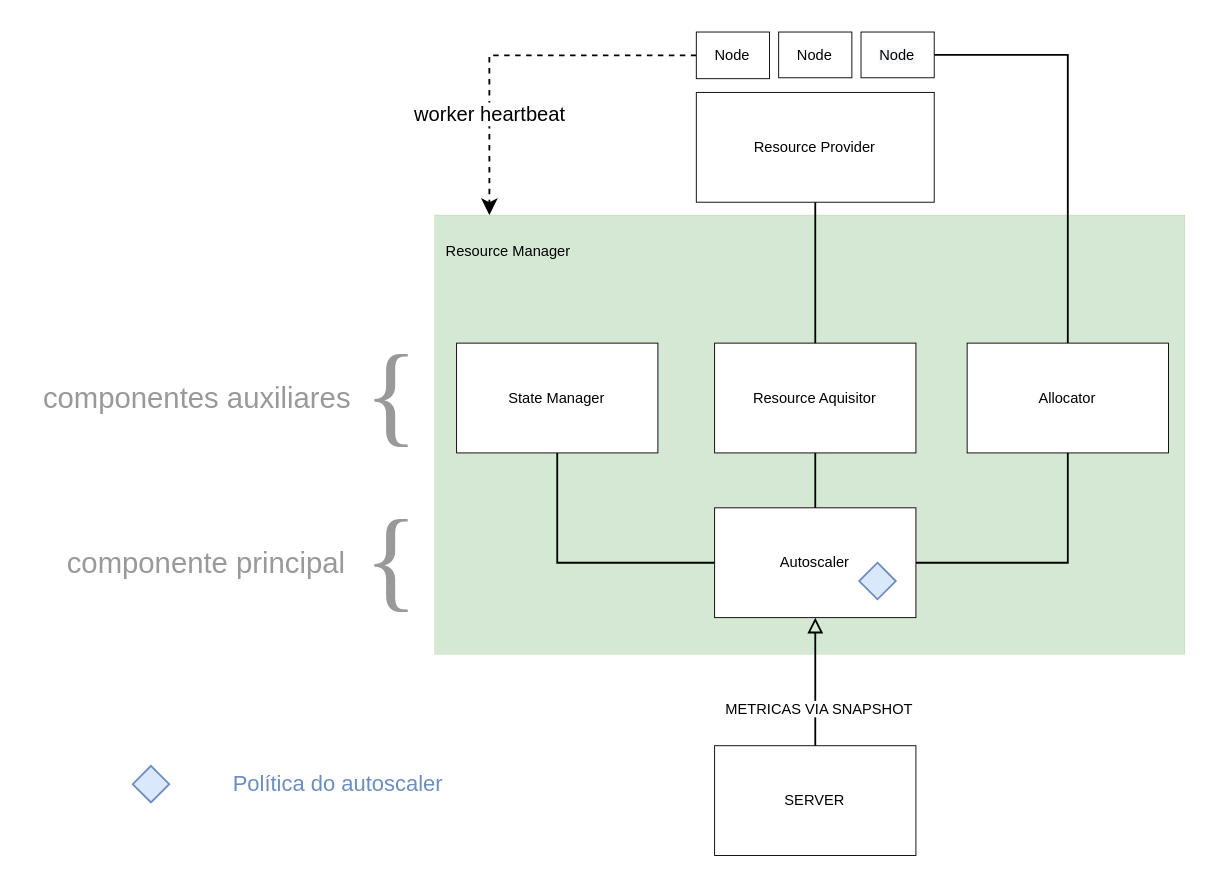
Earlier version of the draw.io diagram Untitled Diagram.drawio (viniciusbds/diagrams). Source tidied: cells renumbered, new cells numbered last; positions are measured from the earlier drawing's top-left corner, leaving out a move shared by most shapes. Both pictures are drawn from the tidied source at 183%, with x=0, y=0 at pixel (31, 31).
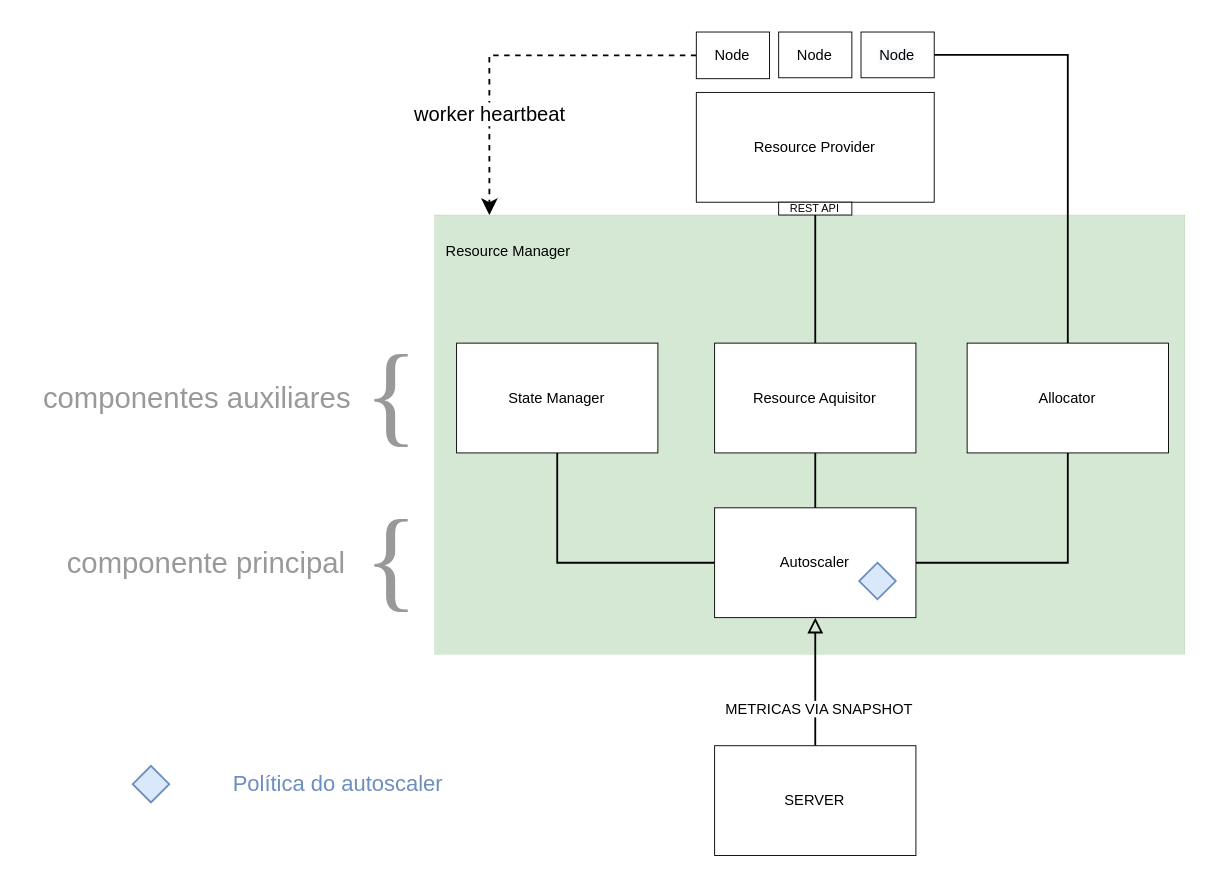
Above is the later version.

What changed in the source:
```diff
@@
+    <mxCell id="30" value="REST API" style="rounded=0;whiteSpace=wrap;html=1;fontFamily=Helvetica;fontSize=6;strokeColor=default;strokeWidth=0.5;" parent="1" vertex="1">
+      <mxGeometry x="408" y="93" width="40" height="7" as="geometry" />
+    </mxCell>
```
